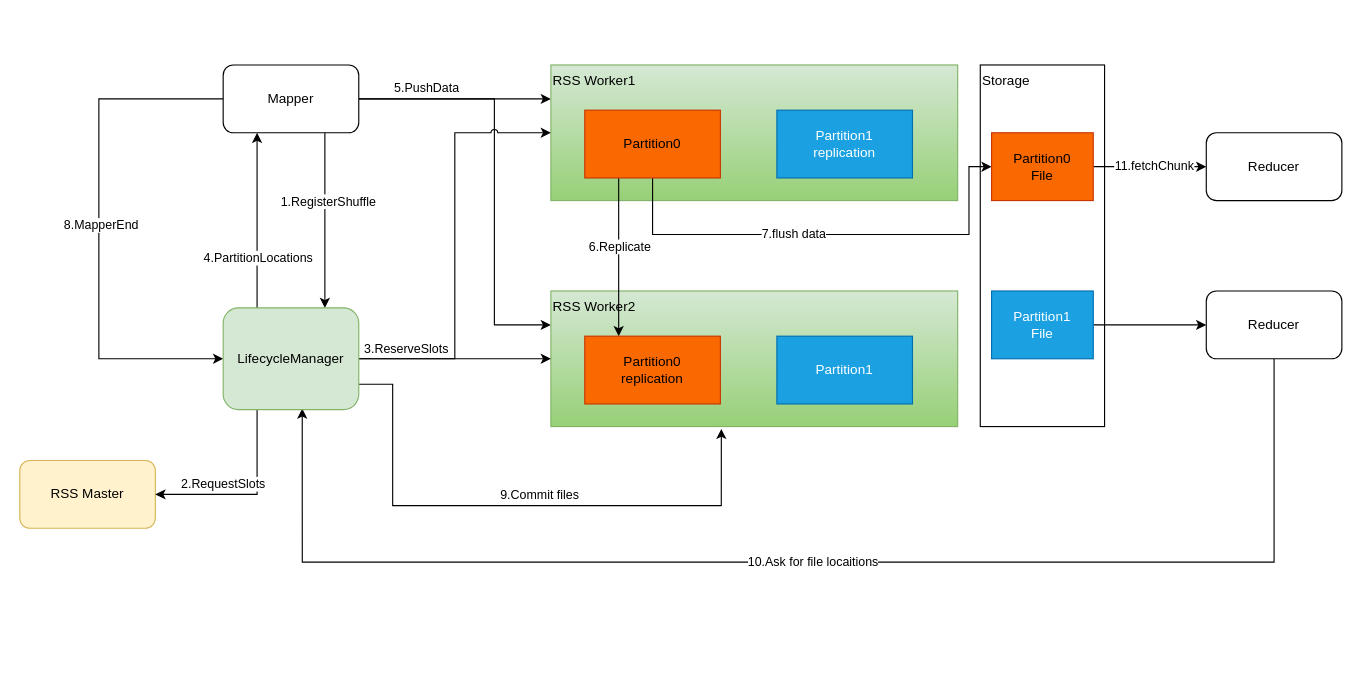
Before: assets/diagram/shuffle-procedure.drawio in apache/celeborn, a draw.io diagram. Source tidied: cells renumbered, new cells numbered last; positions are measured from the earlier drawing's top-left corner, leaving out a move shared by most shapes. Both pictures are drawn from the tidied source at 113%, with x=0, y=0 at pixel (19, 19).
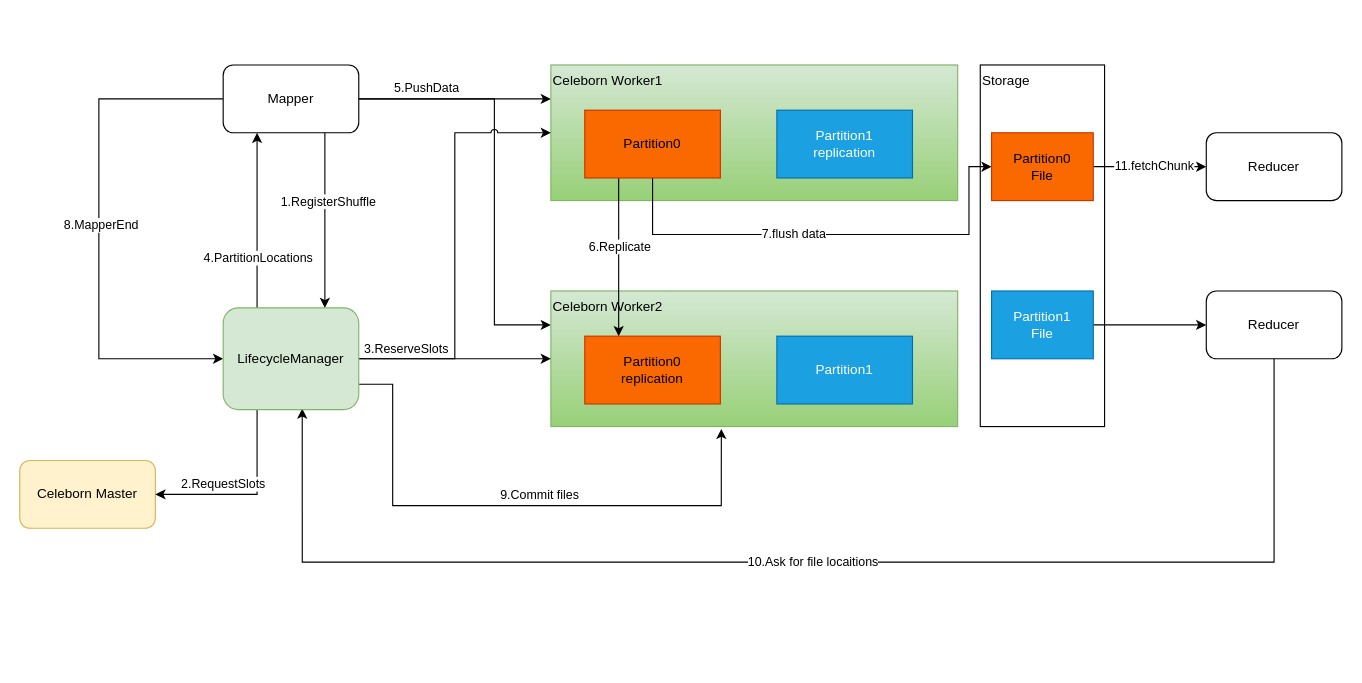
Above is the later version.

Commit message (it also covers changes not shown here):
follow comment

Change to the diagram source:
```diff
@@
-    <mxCell id="4" value="RSS Master" style="rounded=1;whiteSpace=wrap;html=1;fillColor=#fff2cc;strokeColor=#d6b656;" parent="1" vertex="1">
+    <mxCell id="4" value="Celeborn Master" style="rounded=1;whiteSpace=wrap;html=1;fillColor=#fff2cc;strokeColor=#d6b656;" parent="1" vertex="1">
       <mxGeometry y="390" width="120" height="60" as="geometry" />
     </mxCell>
@@
-    <mxCell id="13" value="RSS Worker1" style="rounded=0;whiteSpace=wrap;html=1;gradientColor=#97d077;fillColor=#d5e8d4;strokeColor=#82b366;align=left;verticalAlign=top;" parent="1" vertex="1">
+    <mxCell id="13" value="Celeborn Worker1" style="rounded=0;whiteSpace=wrap;html=1;gradientColor=#97d077;fillColor=#d5e8d4;strokeColor=#82b366;align=left;verticalAlign=top;" parent="1" vertex="1">
       <mxGeometry x="470" y="40" width="360" height="120" as="geometry" />
     </mxCell>
-    <mxCell id="14" value="RSS Worker2" style="rounded=0;whiteSpace=wrap;html=1;gradientColor=#97d077;fillColor=#d5e8d4;strokeColor=#82b366;align=left;verticalAlign=top;" parent="1" vertex="1">
+    <mxCell id="14" value="Celeborn Worker2" style="rounded=0;whiteSpace=wrap;html=1;gradientColor=#97d077;fillColor=#d5e8d4;strokeColor=#82b366;align=left;verticalAlign=top;" parent="1" vertex="1">
       <mxGeometry x="470" y="240" width="360" height="120" as="geometry" />
     </mxCell>
```
